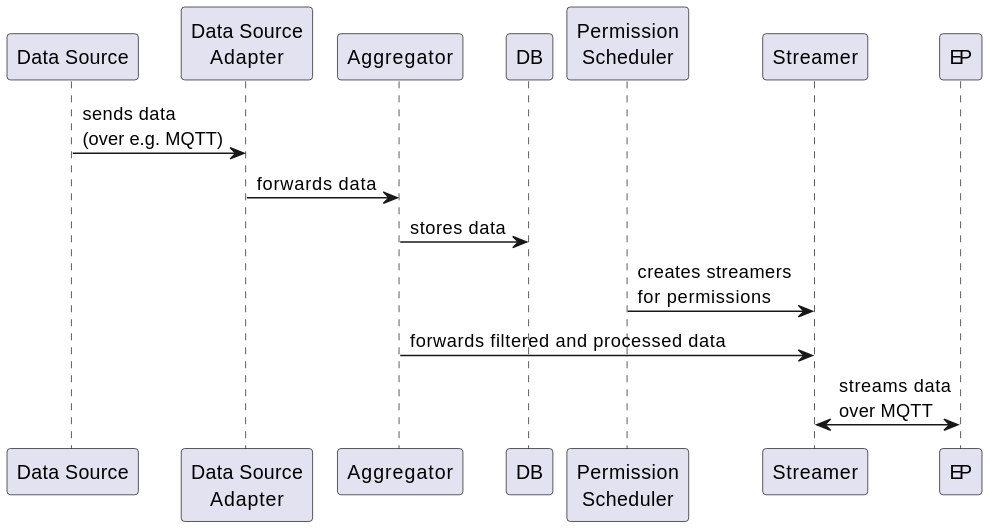
The PlantUML diagram aiida/docs/diagrams/data-flow.svg in eddie-energy/eddie, before a commit.
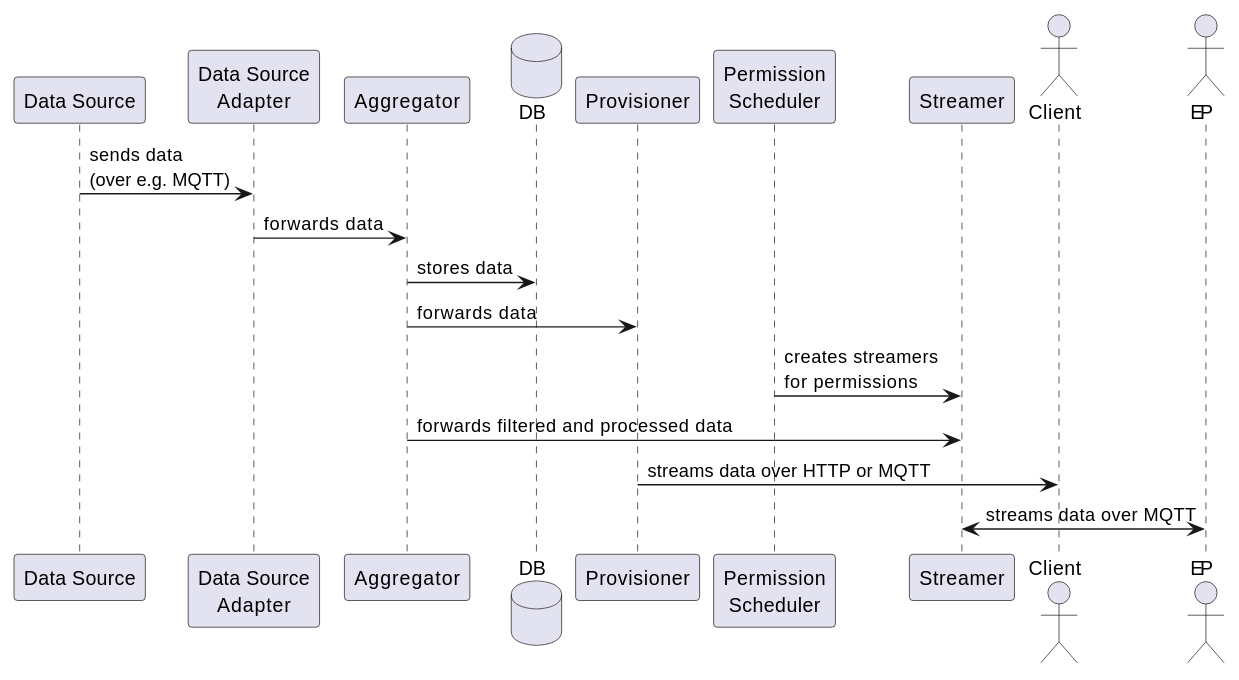
The same file after the commit.

The edit, as a diff of the source:
```diff
@@ -1,8 +1,20 @@
 @startuml
-"Data Source" -> "Data Source\nAdapter" : sends data\n(over e.g. MQTT)
-"Data Source\nAdapter" -> Aggregator : forwards data
+participant DataSource as "Data Source"
+participant Adapter as "Data Source\nAdapter"
+participant Aggregator
+database DB
+participant Provisioner
+participant Scheduler as "Permission\nScheduler"
+participant Streamer
+actor Client
+actor EP
+
+DataSource -> Adapter : sends data\n(over e.g. MQTT)
+Adapter -> Aggregator : forwards data
 Aggregator -> DB : stores data
-"Permission\nScheduler" -> Streamer : creates streamers\nfor permissions
+Aggregator -> Provisioner : forwards data
+Scheduler -> Streamer : creates streamers\nfor permissions
 Aggregator -> Streamer : forwards filtered and processed data
-Streamer <-> EP : streams data\nover MQTT
+Provisioner -> Client : streams data over HTTP or MQTT
+Streamer <-> EP : streams data over MQTT
 @enduml
```
